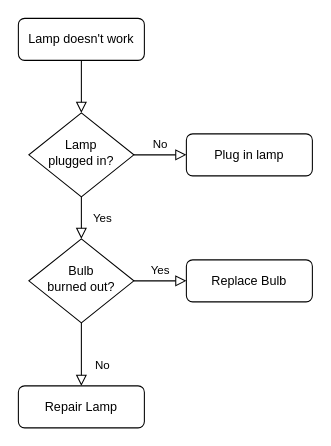
gtchaykovskiy/clojure keeps this draw.io diagram as Untitled Diagram.drawio. Above is the earlier version. Source tidied: cells renumbered, new cells numbered last; positions are measured from the earlier drawing's top-left corner, leaving out a move shared by most shapes. Both pictures are drawn from the tidied source at 105%, with x=0, y=0 at pixel (18, 18).
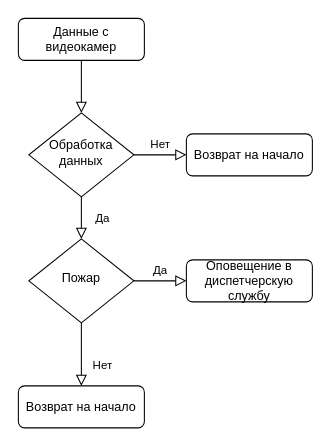
Above is the later version.

What changed in the source:
```diff
@@
 <mxGraphModel>
   <root>
     <mxCell id="0" />
     <mxCell id="1" parent="0" />
     <mxCell id="2" style="rounded=0;html=1;jettySize=auto;fontSize=11;endArrow=block;endFill=0;endSize=8;strokeWidth=1;shadow=0;labelBackgroundColor=none;edgeStyle=orthogonalEdgeStyle;" parent="1" edge="1" source="3" target="6">
       <mxGeometry relative="1" as="geometry" />
     </mxCell>
-    <mxCell id="3" value="Lamp doesn't work" style="rounded=1;whiteSpace=wrap;html=1;fontSize=12;glass=0;strokeWidth=1;shadow=0;" parent="1" vertex="1">
+    <mxCell id="3" value="Данные с видеокамер" style="rounded=1;whiteSpace=wrap;html=1;fontSize=12;glass=0;strokeWidth=1;shadow=0;" parent="1" vertex="1">
       <mxGeometry width="120" height="40" as="geometry" />
     </mxCell>
-    <mxCell id="4" value="Yes" style="rounded=0;html=1;jettySize=auto;fontSize=11;endArrow=block;endFill=0;endSize=8;strokeWidth=1;shadow=0;labelBackgroundColor=none;edgeStyle=orthogonalEdgeStyle;" parent="1" edge="1" source="6" target="10">
+    <mxCell id="4" value="Да" style="rounded=0;html=1;jettySize=auto;fontSize=11;endArrow=block;endFill=0;endSize=8;strokeWidth=1;shadow=0;labelBackgroundColor=none;edgeStyle=orthogonalEdgeStyle;" parent="1" edge="1" source="6" target="10">
       <mxGeometry y="20" relative="1" as="geometry" />
     </mxCell>
-    <mxCell id="5" value="No" style="edgeStyle=orthogonalEdgeStyle;rounded=0;html=1;jettySize=auto;fontSize=11;endArrow=block;endFill=0;endSize=8;strokeWidth=1;shadow=0;labelBackgroundColor=none;" parent="1" edge="1" source="6" target="7">
+    <mxCell id="5" value="Нет" style="edgeStyle=orthogonalEdgeStyle;rounded=0;html=1;jettySize=auto;fontSize=11;endArrow=block;endFill=0;endSize=8;strokeWidth=1;shadow=0;labelBackgroundColor=none;" parent="1" edge="1" source="6" target="7">
       <mxGeometry y="10" relative="1" as="geometry" />
     </mxCell>
-    <mxCell id="6" value="Lamp&lt;br&gt;plugged in?" style="rhombus;whiteSpace=wrap;html=1;shadow=0;fontFamily=Helvetica;fontSize=12;align=center;strokeWidth=1;spacing=6;spacingTop=-4;" parent="1" vertex="1">
+    <mxCell id="6" value="Обработка данных" style="rhombus;whiteSpace=wrap;html=1;shadow=0;fontFamily=Helvetica;fontSize=12;align=center;strokeWidth=1;spacing=6;spacingTop=-4;" parent="1" vertex="1">
       <mxGeometry x="10" y="90" width="100" height="80" as="geometry" />
     </mxCell>
-    <mxCell id="7" value="Plug in lamp" style="rounded=1;whiteSpace=wrap;html=1;fontSize=12;glass=0;strokeWidth=1;shadow=0;" parent="1" vertex="1">
+    <mxCell id="7" value="Возврат на начало" style="rounded=1;whiteSpace=wrap;html=1;fontSize=12;glass=0;strokeWidth=1;shadow=0;" parent="1" vertex="1">
       <mxGeometry x="160" y="110" width="120" height="40" as="geometry" />
     </mxCell>
-    <mxCell id="8" value="No" style="rounded=0;html=1;jettySize=auto;fontSize=11;endArrow=block;endFill=0;endSize=8;strokeWidth=1;shadow=0;labelBackgroundColor=none;edgeStyle=orthogonalEdgeStyle;" parent="1" edge="1" source="10" target="11">
+    <mxCell id="8" value="Нет" style="rounded=0;html=1;jettySize=auto;fontSize=11;endArrow=block;endFill=0;endSize=8;strokeWidth=1;shadow=0;labelBackgroundColor=none;edgeStyle=orthogonalEdgeStyle;" parent="1" edge="1" source="10" target="11">
       <mxGeometry x="0.33" y="20" relative="1" as="geometry" />
     </mxCell>
-    <mxCell id="9" value="Yes" style="edgeStyle=orthogonalEdgeStyle;rounded=0;html=1;jettySize=auto;fontSize=11;endArrow=block;endFill=0;endSize=8;strokeWidth=1;shadow=0;labelBackgroundColor=none;" parent="1" edge="1" source="10" target="12">
+    <mxCell id="9" value="Да" style="edgeStyle=orthogonalEdgeStyle;rounded=0;html=1;jettySize=auto;fontSize=11;endArrow=block;endFill=0;endSize=8;strokeWidth=1;shadow=0;labelBackgroundColor=none;" parent="1" edge="1" source="10" target="12">
       <mxGeometry y="10" relative="1" as="geometry" />
     </mxCell>
-    <mxCell id="10" value="Bulb&lt;br&gt;burned out?" style="rhombus;whiteSpace=wrap;html=1;shadow=0;fontFamily=Helvetica;fontSize=12;align=center;strokeWidth=1;spacing=6;spacingTop=-4;" parent="1" vertex="1">
+    <mxCell id="10" value="Пожар" style="rhombus;whiteSpace=wrap;html=1;shadow=0;fontFamily=Helvetica;fontSize=12;align=center;strokeWidth=1;spacing=6;spacingTop=-4;" parent="1" vertex="1">
       <mxGeometry x="10" y="210" width="100" height="80" as="geometry" />
     </mxCell>
-    <mxCell id="11" value="Repair Lamp" style="rounded=1;whiteSpace=wrap;html=1;fontSize=12;glass=0;strokeWidth=1;shadow=0;" parent="1" vertex="1">
+    <mxCell id="11" value="Возврат на начало" style="rounded=1;whiteSpace=wrap;html=1;fontSize=12;glass=0;strokeWidth=1;shadow=0;" parent="1" vertex="1">
       <mxGeometry y="350" width="120" height="40" as="geometry" />
     </mxCell>
-    <mxCell id="12" value="Replace Bulb" style="rounded=1;whiteSpace=wrap;html=1;fontSize=12;glass=0;strokeWidth=1;shadow=0;" parent="1" vertex="1">
+    <mxCell id="12" value="Оповещение в диспетчерскую службу" style="rounded=1;whiteSpace=wrap;html=1;fontSize=12;glass=0;strokeWidth=1;shadow=0;" parent="1" vertex="1">
       <mxGeometry x="160" y="230" width="120" height="40" as="geometry" />
     </mxCell>
   </root>
 </mxGraphModel>
```
